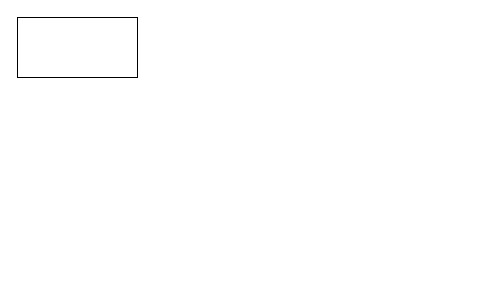
The draw.io diagram 未命名绘图.drawio in ciyuan1269691683/personal_picture_bed, before the edit. Source tidied: cells renumbered, new cells numbered last; positions are measured from the earlier drawing's top-left corner, leaving out a move shared by most shapes. Both pictures are drawn from the tidied source at 100%, with x=0, y=0 at pixel (17, 17).
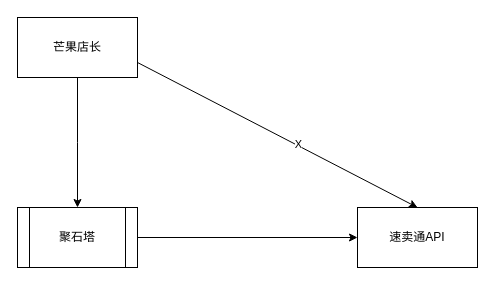
The same page after the edit.

Commit message (it also covers changes not shown here):
更新未命名绘图.drawio

The edit, as a diff of the source:
```diff
@@
 <mxGraphModel>
   <root>
     <mxCell id="0" />
     <mxCell id="1" parent="0" />
+    <mxCell id="3" style="edgeStyle=orthogonalEdgeStyle;rounded=0;jettySize=auto;html=1;exitX=0.5;exitY=1;exitDx=0;exitDy=0;" parent="1" edge="1" source="2">
+      <mxGeometry relative="1" as="geometry">
+        <mxPoint x="60" y="190" as="targetPoint" />
+      </mxGeometry>
+    </mxCell>
+    <mxCell id="4" style="rounded=0;jettySize=auto;html=1;exitX=1;exitY=0.75;exitDx=0;exitDy=0;entryX=0.5;entryY=0;entryDx=0;entryDy=0;strokeColor=default;" parent="1" edge="1" source="2" target="8">
+      <mxGeometry relative="1" as="geometry" />
+    </mxCell>
+    <mxCell id="5" value="X" style="edgeLabel;html=1;align=center;verticalAlign=middle;" parent="4" vertex="1">
+      <mxGeometry x="0.15" y="2" relative="1" as="geometry">
+        <mxPoint x="-1" as="offset" />
+      </mxGeometry>
+    </mxCell>
-    <mxCell id="2" style="whiteSpace=wrap;html=1;" parent="1" vertex="1">
+    <mxCell id="2" value="芒果店长" style="whiteSpace=wrap;html=1;" parent="1" vertex="1">
       <mxGeometry width="120" height="60" as="geometry" />
     </mxCell>
+    <mxCell id="6" style="edgeStyle=orthogonalEdgeStyle;rounded=0;jettySize=auto;html=1;exitX=1;exitY=0.5;exitDx=0;exitDy=0;entryX=0;entryY=0.5;entryDx=0;entryDy=0;" parent="1" edge="1" source="7" target="8">
+      <mxGeometry relative="1" as="geometry" />
+    </mxCell>
+    <mxCell id="7" value="聚石塔" style="shape=process;whiteSpace=wrap;html=1;backgroundOutline=1;" parent="1" vertex="1">
+      <mxGeometry y="190" width="120" height="60" as="geometry" />
+    </mxCell>
+    <mxCell id="8" value="速卖通API" style="rounded=0;whiteSpace=wrap;html=1;" parent="1" vertex="1">
+      <mxGeometry x="340" y="190" width="120" height="60" as="geometry" />
+    </mxCell>
   </root>
 </mxGraphModel>
```
